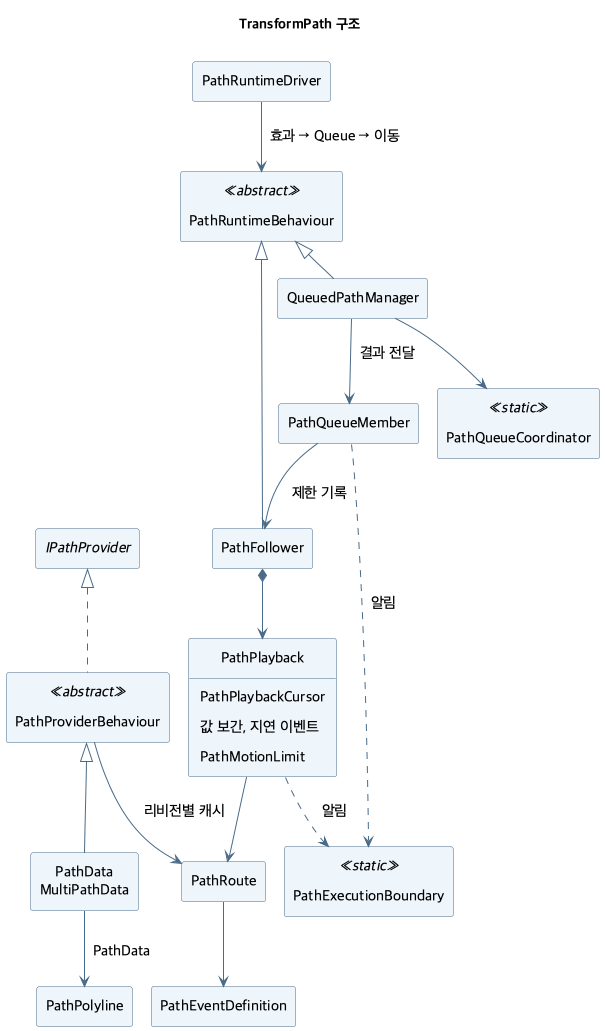
Earlier version of the PlantUML export ToyProject/Assets/_TransformPath/Docs/Images/transformpath-structure.png (youwonsock/tool-unity-editor). The source it was exported from:
```plantuml
@startuml transformpath-structure
!pragma layout smetana
skinparam shadowing false
skinparam defaultFontName "Apple SD Gothic Neo"
skinparam defaultFontSize 15
skinparam ArrowColor #496A88
skinparam Padding 6
skinparam classBackgroundColor #EEF5FB
skinparam classBorderColor #496A88
hide empty members
hide circle
title TransformPath 구조

interface IPathProvider
class PathProviderBehaviour <<abstract>>
class "PathData\nMultiPathData" as Providers
class PathPolyline
class PathRoute
class PathRuntimeDriver
class PathRuntimeBehaviour <<abstract>>
class PathFollower
class PathPlayback {
  PathPlaybackCursor
  값 보간, 지연 이벤트
  PathMotionLimit
}
class PathEventDefinition
class QueuedPathManager
class PathQueueMember
class PathQueueCoordinator <<static>>
class PathExecutionBoundary <<static>>

PathProviderBehaviour .up.|> IPathProvider
Providers -up-|> PathProviderBehaviour
Providers --> PathPolyline : PathData
PathProviderBehaviour --> PathRoute : 리비전별 캐시
PathRoute --> PathEventDefinition
PathFollower -up-|> PathRuntimeBehaviour
QueuedPathManager -up-|> PathRuntimeBehaviour
PathFollower *--> PathPlayback
PathPlayback --> PathRoute
PathQueueMember --> PathFollower : 제한 기록
QueuedPathManager --> PathQueueMember : 결과 전달
QueuedPathManager --> PathQueueCoordinator
PathRuntimeDriver --> PathRuntimeBehaviour : 효과 → Queue → 이동
PathPlayback ..> PathExecutionBoundary : 알림
PathQueueMember ..> PathExecutionBoundary : 알림
@enduml
```
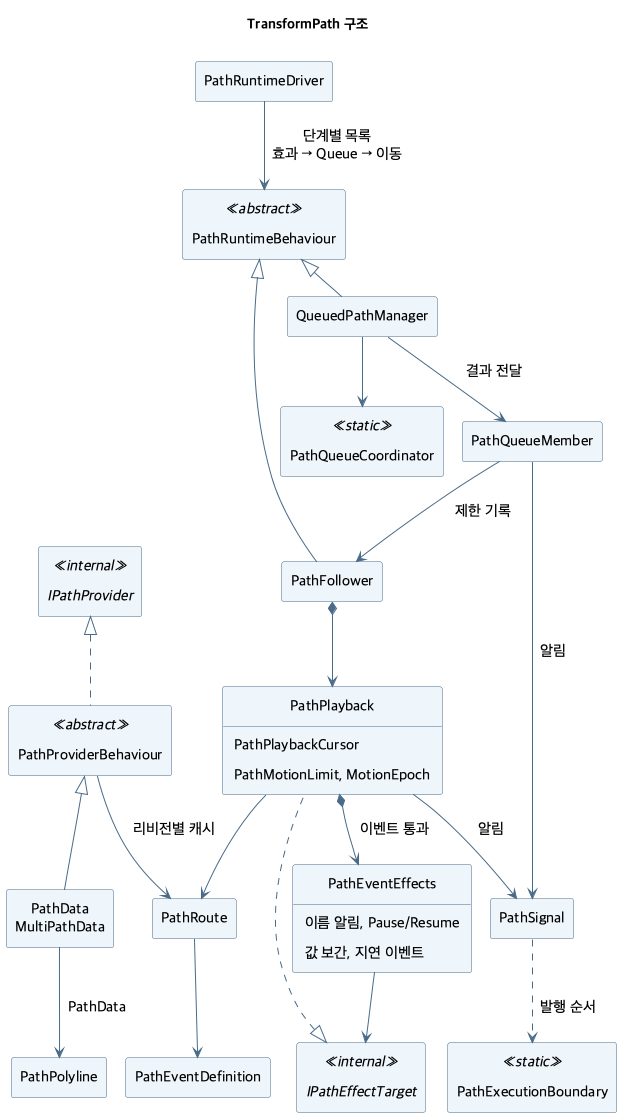
The same file after the commit.

Commit message:
문서와 UML에 효과 분리, 신호 Boundary, MotionEpoch, Editor 구조를 반영

The edit, as a diff of the source:
```diff
@@ -11,7 +11,7 @@
 hide circle
 title TransformPath 구조
 
-interface IPathProvider
+interface IPathProvider <<internal>>
 class PathProviderBehaviour <<abstract>>
 class "PathData\nMultiPathData" as Providers
 class PathPolyline
@@ -21,9 +21,14 @@
 class PathFollower
 class PathPlayback {
   PathPlaybackCursor
+  PathMotionLimit, MotionEpoch
+}
+class PathEventEffects {
+  이름 알림, Pause/Resume
   값 보간, 지연 이벤트
-  PathMotionLimit
 }
+interface IPathEffectTarget <<internal>>
+class PathSignal
 class PathEventDefinition
 class QueuedPathManager
 class PathQueueMember
@@ -39,10 +44,14 @@
 QueuedPathManager -up-|> PathRuntimeBehaviour
 PathFollower *--> PathPlayback
 PathPlayback --> PathRoute
+PathPlayback *--> PathEventEffects : 이벤트 통과
+PathPlayback .up.|> IPathEffectTarget
+PathEventEffects --> IPathEffectTarget
 PathQueueMember --> PathFollower : 제한 기록
 QueuedPathManager --> PathQueueMember : 결과 전달
 QueuedPathManager --> PathQueueCoordinator
-PathRuntimeDriver --> PathRuntimeBehaviour : 효과 → Queue → 이동
-PathPlayback ..> PathExecutionBoundary : 알림
-PathQueueMember ..> PathExecutionBoundary : 알림
+PathRuntimeDriver --> PathRuntimeBehaviour : 단계별 목록\n효과 → Queue → 이동
+PathPlayback --> PathSignal : 알림
+PathQueueMember --> PathSignal : 알림
+PathSignal ..> PathExecutionBoundary : 발행 순서
 @enduml
```
